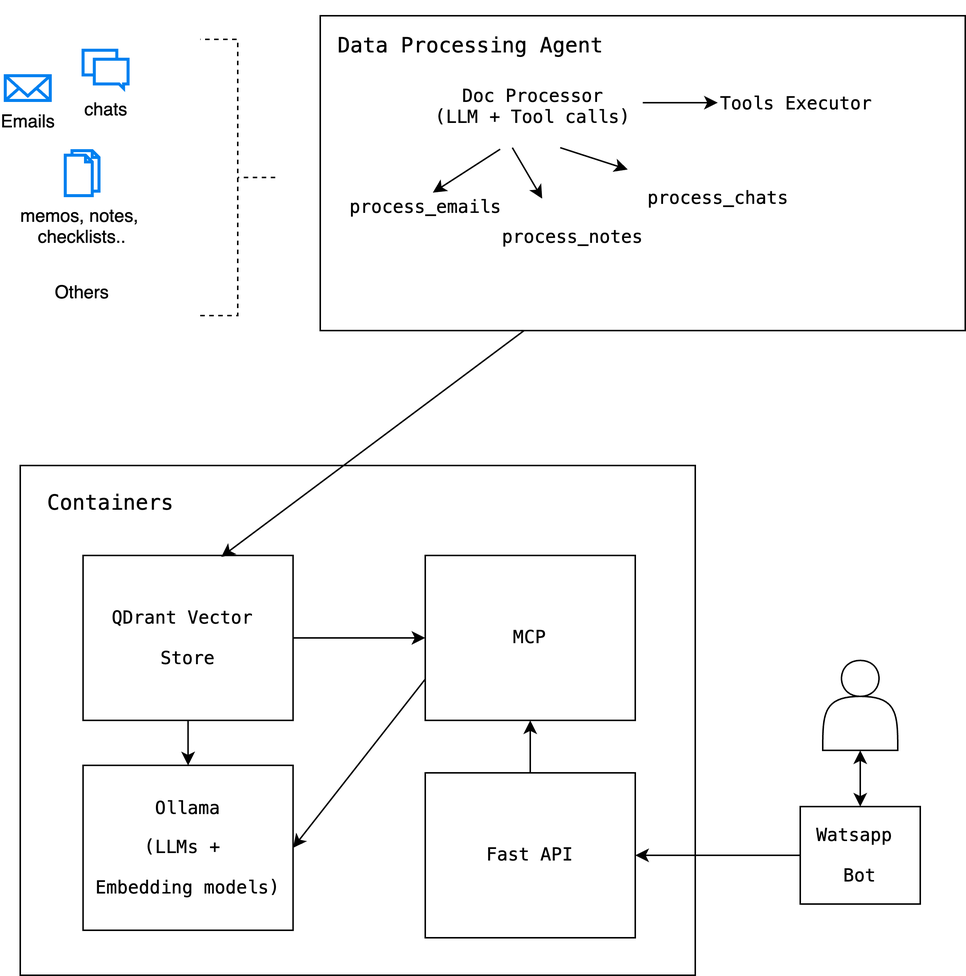
Before: design.png, a diagram exported from draw.io (pramodv1993/personal_assistant). Source tidied: cells renumbered, new cells last; positions are measured from the earlier drawing's top-left corner, leaving out a move shared by most shapes. Its diagram source:
```xml
<mxGraphModel>
  <root>
    <mxCell id="0" />
    <mxCell id="1" parent="0" />
    <mxCell id="2" style="rounded=0;whiteSpace=wrap;html=1;fillColor=default;" parent="1" vertex="1">
      <mxGeometry x="10" y="310" width="450" height="340" as="geometry" />
    </mxCell>
    <mxCell id="3" style="edgeStyle=orthogonalEdgeStyle;rounded=0;jettySize=auto;html=1;" parent="1" edge="1" source="4" target="6">
      <mxGeometry relative="1" as="geometry" />
    </mxCell>
    <mxCell id="4" value="&lt;pre&gt;Fast API&lt;/pre&gt;" style="rounded=0;whiteSpace=wrap;html=1;" parent="1" vertex="1">
      <mxGeometry x="280" y="515" width="140" height="110" as="geometry" />
    </mxCell>
    <mxCell id="5" value="&lt;pre&gt;&lt;font style=&quot;font-size: 14px;&quot;&gt;Containers&lt;/font&gt;&lt;/pre&gt;" style="text;html=1;align=center;verticalAlign=middle;strokeColor=none;fillColor=none;strokeWidth=3;perimeterSpacing=3;" parent="1" vertex="1">
      <mxGeometry x="15" y="310" width="110" height="50" as="geometry" />
    </mxCell>
    <mxCell id="6" value="&lt;pre&gt;MCP&lt;/pre&gt;" style="rounded=0;whiteSpace=wrap;html=1;" parent="1" vertex="1">
      <mxGeometry x="280" y="370" width="140" height="110" as="geometry" />
    </mxCell>
    <mxCell id="7" style="edgeStyle=orthogonalEdgeStyle;rounded=0;jettySize=auto;html=1;" parent="1" edge="1" source="9" target="6">
      <mxGeometry relative="1" as="geometry" />
    </mxCell>
    <mxCell id="8" style="edgeStyle=orthogonalEdgeStyle;rounded=0;jettySize=auto;html=1;" parent="1" edge="1" source="9" target="10">
      <mxGeometry relative="1" as="geometry" />
    </mxCell>
    <mxCell id="9" value="&lt;pre&gt;&lt;pre&gt;QDrant Vector &lt;/pre&gt;&lt;pre&gt;Store&lt;/pre&gt;&lt;/pre&gt;" style="rounded=0;whiteSpace=wrap;html=1;" parent="1" vertex="1">
      <mxGeometry x="51.9" y="370" width="140" height="110" as="geometry" />
    </mxCell>
    <mxCell id="10" value="&lt;pre&gt;&lt;pre&gt;Ollama&lt;/pre&gt;&lt;pre&gt;(LLMs + &lt;/pre&gt;&lt;pre&gt;Embedding models)&lt;/pre&gt;&lt;/pre&gt;" style="rounded=0;whiteSpace=wrap;html=1;" parent="1" vertex="1">
      <mxGeometry x="51.9" y="510" width="140" height="110" as="geometry" />
    </mxCell>
    <mxCell id="11" style="rounded=0;jettySize=auto;html=1;entryX=0;entryY=0.75;entryDx=0;entryDy=0;exitX=1;exitY=0.5;exitDx=0;exitDy=0;startArrow=classic;startFill=1;endArrow=none;" parent="1" edge="1" source="10" target="6">
      <mxGeometry relative="1" as="geometry" />
    </mxCell>
    <mxCell id="12" style="rounded=0;jettySize=auto;html=1;entryX=0.316;entryY=1;entryDx=0;entryDy=0;startArrow=classic;startFill=1;endArrow=none;entryPerimeter=0;exitX=0.658;exitY=0.009;exitDx=0;exitDy=0;exitPerimeter=0;elbow=vertical;" parent="1" edge="1" source="9" target="14">
      <mxGeometry relative="1" as="geometry" />
    </mxCell>
    <mxCell id="13" style="group;" parent="1" vertex="1">
      <mxGeometry x="210" width="430" height="220" as="geometry" />
    </mxCell>
    <mxCell id="14" style="rounded=0;whiteSpace=wrap;html=1;" parent="13" vertex="1">
      <mxGeometry y="10" width="430" height="210" as="geometry" />
    </mxCell>
    <mxCell id="15" style="rounded=0;jettySize=auto;html=1;" parent="13" edge="1" source="16" target="17">
      <mxGeometry relative="1" as="geometry" />
    </mxCell>
    <mxCell id="16" value="&lt;pre style=&quot;forced-color-adjust: none; color: rgb(0, 0, 0); font-size: 12px; font-style: normal; font-variant-ligatures: normal; font-variant-caps: normal; font-weight: 400; letter-spacing: normal; orphans: 2; text-align: center; text-indent: 0px; text-transform: none; widows: 2; word-spacing: 0px; -webkit-text-stroke-width: 0px; text-decoration-thickness: initial; text-decoration-style: initial; text-decoration-color: initial;&quot;&gt;&lt;span style=&quot;forced-color-adjust: none;&quot;&gt;Doc Processor&lt;br style=&quot;forced-color-adjust: none;&quot;&gt;(LLM + Tool calls)&lt;/span&gt;&lt;/pre&gt;" style="text;whiteSpace=wrap;html=1;" parent="13" vertex="1">
      <mxGeometry x="75" y="38" width="140" height="60" as="geometry" />
    </mxCell>
    <mxCell id="17" value="&lt;pre style=&quot;forced-color-adjust: none; color: rgb(0, 0, 0); font-size: 12px; font-style: normal; font-variant-ligatures: normal; font-variant-caps: normal; font-weight: 400; letter-spacing: normal; orphans: 2; text-align: center; text-indent: 0px; text-transform: none; widows: 2; word-spacing: 0px; -webkit-text-stroke-width: 0px; text-decoration-thickness: initial; text-decoration-style: initial; text-decoration-color: initial;&quot;&gt;&lt;span&gt;Tools Executor&lt;/span&gt;&lt;/pre&gt;" style="text;whiteSpace=wrap;html=1;" parent="13" vertex="1">
      <mxGeometry x="265" y="43" width="126" height="50" as="geometry" />
    </mxCell>
    <mxCell id="18" value="&lt;pre&gt;&lt;font style=&quot;font-size: 14px;&quot;&gt;Data Processing Agent&lt;/font&gt;&lt;/pre&gt;" style="text;html=1;align=center;verticalAlign=middle;strokeColor=none;fillColor=none;" parent="13" vertex="1">
      <mxGeometry y="5" width="200" height="50" as="geometry" />
    </mxCell>
    <mxCell id="19" value="&lt;pre&gt;process_emails&lt;/pre&gt;" style="text;html=1;align=center;verticalAlign=middle;points=[];strokeColor=none;fillColor=none;" parent="13" vertex="1">
      <mxGeometry x="10" y="113" width="120" height="50" as="geometry" />
    </mxCell>
    <mxCell id="20" value="&lt;pre&gt;process_notes&lt;/pre&gt;" style="text;html=1;align=center;verticalAlign=middle;points=[];strokeColor=none;fillColor=none;" parent="13" vertex="1">
      <mxGeometry x="107.9" y="133" width="120" height="50" as="geometry" />
    </mxCell>
    <mxCell id="21" value="&lt;pre&gt;process_chats&lt;/pre&gt;" style="text;html=1;align=center;verticalAlign=middle;points=[];strokeColor=none;fillColor=none;" parent="13" vertex="1">
      <mxGeometry x="205" y="107" width="120" height="50" as="geometry" />
    </mxCell>
    <mxCell id="22" style="rounded=0;jettySize=auto;html=1;entryX=0.321;entryY=1.017;entryDx=0;entryDy=0;exitX=0.542;exitY=0.3;exitDx=0;exitDy=0;startArrow=classic;startFill=1;endArrow=none;entryPerimeter=0;exitPerimeter=0;" parent="13" edge="1" source="19" target="16">
      <mxGeometry relative="1" as="geometry" />
    </mxCell>
    <mxCell id="23" style="rounded=0;jettySize=auto;html=1;entryX=0.379;entryY=1;entryDx=0;entryDy=0;exitX=0.334;exitY=-0.02;exitDx=0;exitDy=0;startArrow=classic;startFill=1;endArrow=none;entryPerimeter=0;exitPerimeter=0;" parent="13" edge="1" source="20" target="16">
      <mxGeometry relative="1" as="geometry" />
    </mxCell>
    <mxCell id="24" style="rounded=0;jettySize=auto;html=1;entryX=0.607;entryY=1;entryDx=0;entryDy=0;startArrow=classic;startFill=1;endArrow=none;entryPerimeter=0;" parent="13" edge="1" source="21" target="16">
      <mxGeometry relative="1" as="geometry" />
    </mxCell>
    <mxCell id="25" style="shape=actor;whiteSpace=wrap;html=1;" parent="1" vertex="1">
      <mxGeometry x="545" y="440" width="50" height="60" as="geometry" />
    </mxCell>
    <mxCell id="26" style="edgeStyle=orthogonalEdgeStyle;rounded=0;jettySize=auto;html=1;" parent="1" edge="1" source="28" target="4">
      <mxGeometry relative="1" as="geometry" />
    </mxCell>
    <mxCell id="27" style="edgeStyle=orthogonalEdgeStyle;rounded=0;jettySize=auto;html=1;startArrow=classic;startFill=1;" parent="1" edge="1" source="28" target="25">
      <mxGeometry relative="1" as="geometry" />
    </mxCell>
    <mxCell id="28" value="&lt;pre&gt;Watsapp &lt;/pre&gt;&lt;pre&gt;Bot&lt;/pre&gt;" style="rounded=0;whiteSpace=wrap;html=1;" parent="1" vertex="1">
      <mxGeometry x="530" y="537.5" width="80" height="65" as="geometry" />
    </mxCell>
    <mxCell id="29" value="Emails" style="html=1;verticalLabelPosition=bottom;align=center;labelBackgroundColor=#ffffff;verticalAlign=top;strokeWidth=2;strokeColor=#0080F0;shadow=0;dashed=0;shape=mxgraph.ios7.icons.mail;" parent="1" vertex="1">
      <mxGeometry y="50" width="30" height="16.5" as="geometry" />
    </mxCell>
    <mxCell id="30" value="chats" style="html=1;verticalLabelPosition=bottom;align=center;labelBackgroundColor=#ffffff;verticalAlign=top;strokeWidth=2;strokeColor=#0080F0;shadow=0;dashed=0;shape=mxgraph.ios7.icons.messages;" parent="1" vertex="1">
      <mxGeometry x="51.9" y="33" width="30" height="25.5" as="geometry" />
    </mxCell>
    <mxCell id="31" value="memos, notes,&amp;nbsp;&lt;div&gt;checklists..&lt;/div&gt;" style="html=1;verticalLabelPosition=bottom;align=center;labelBackgroundColor=#ffffff;verticalAlign=top;strokeWidth=2;strokeColor=#0080F0;shadow=0;dashed=0;shape=mxgraph.ios7.icons.documents;" parent="1" vertex="1">
      <mxGeometry x="40" y="100" width="22.5" height="30" as="geometry" />
    </mxCell>
    <mxCell id="32" value="Others" style="text;html=1;align=center;verticalAlign=middle;strokeColor=none;fillColor=none;" parent="1" vertex="1">
      <mxGeometry x="21.2" y="180" width="60" height="30" as="geometry" />
    </mxCell>
    <mxCell id="33" style="strokeWidth=1;html=1;shape=mxgraph.flowchart.annotation_2;align=left;labelPosition=right;rotation=-180;strokeColor=default;dashed=1;" parent="1" vertex="1">
      <mxGeometry x="130" y="25.8" width="50" height="184.2" as="geometry" />
    </mxCell>
  </root>
</mxGraphModel>
```
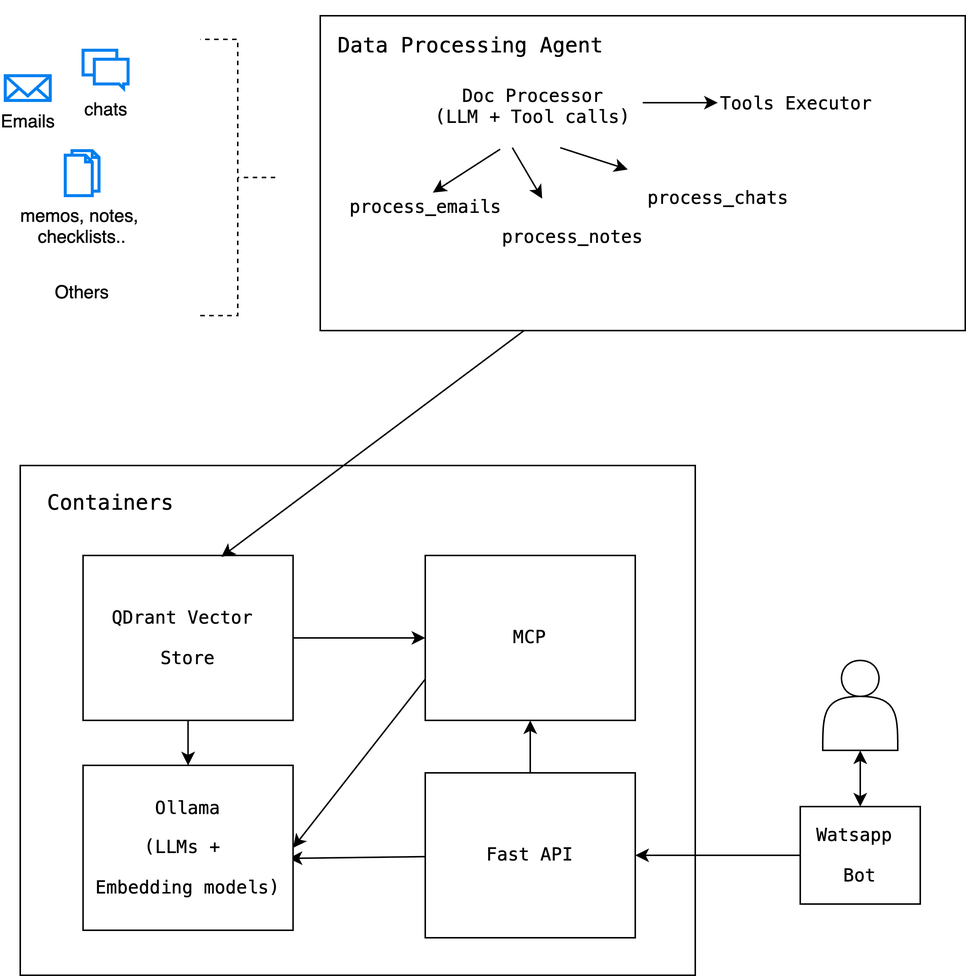
After the commit.

What changed in the source:
```diff
@@ -8,6 +8,9 @@
     <mxCell id="3" style="edgeStyle=orthogonalEdgeStyle;rounded=0;jettySize=auto;html=1;" parent="1" edge="1" source="4" target="6">
       <mxGeometry relative="1" as="geometry" />
     </mxCell>
+    <mxCell id="34" style="rounded=0;jettySize=auto;html=1;entryX=0.979;entryY=0.564;entryDx=0;entryDy=0;entryPerimeter=0;" parent="1" edge="1" source="4" target="10">
+      <mxGeometry relative="1" as="geometry" />
+    </mxCell>
     <mxCell id="4" value="&lt;pre&gt;Fast API&lt;/pre&gt;" style="rounded=0;whiteSpace=wrap;html=1;" parent="1" vertex="1">
       <mxGeometry x="280" y="515" width="140" height="110" as="geometry" />
     </mxCell>
```
